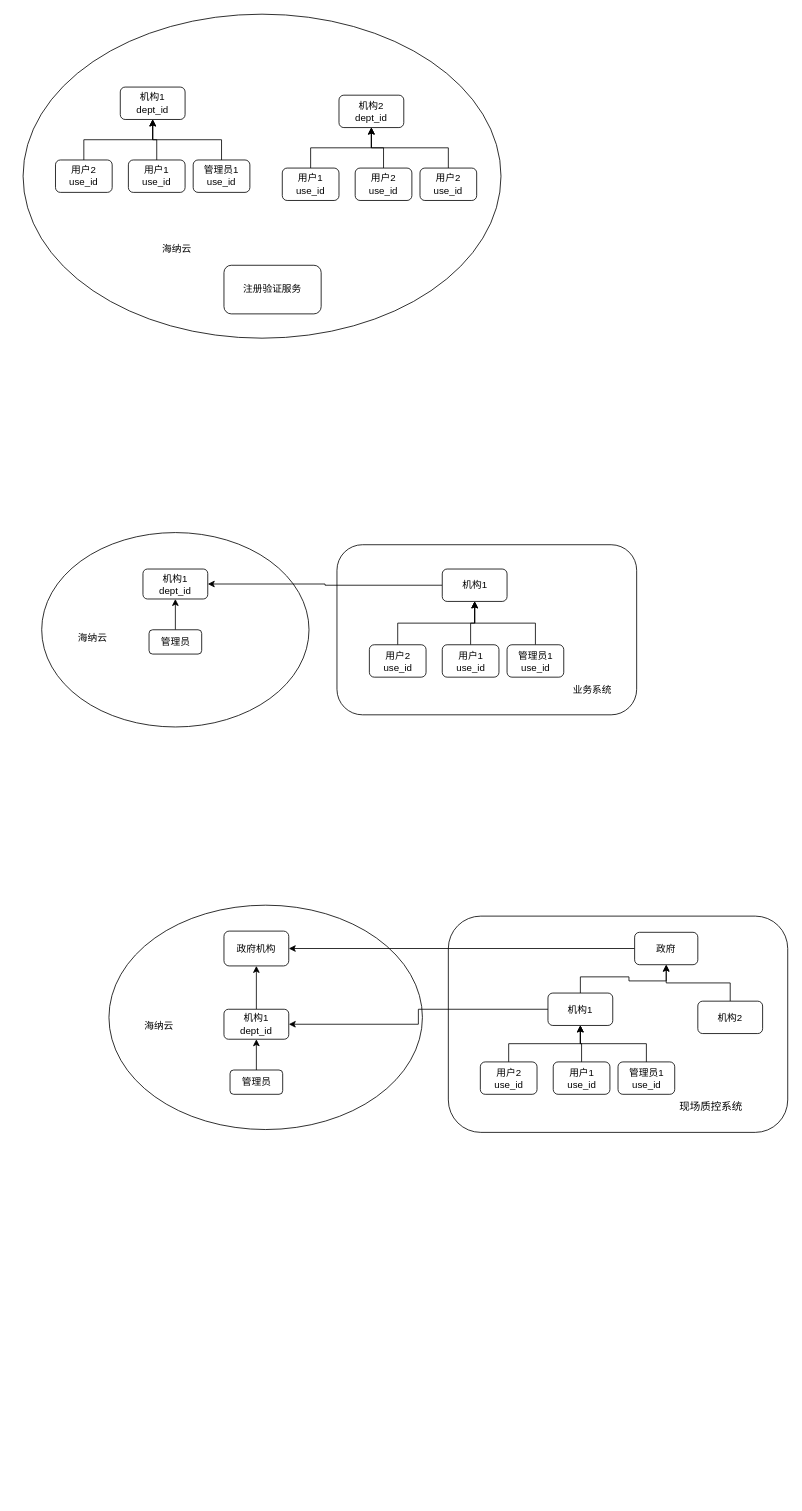
This is security.drawio from lzdong0714/note, a draw.io file, before an edit. Source tidied: cells renumbered, new cells numbered last; positions are measured from the earlier drawing's top-left corner, leaving out a move shared by most shapes. Both pictures are drawn from the tidied source at 81%, with x=0, y=0 at pixel (23, 14).
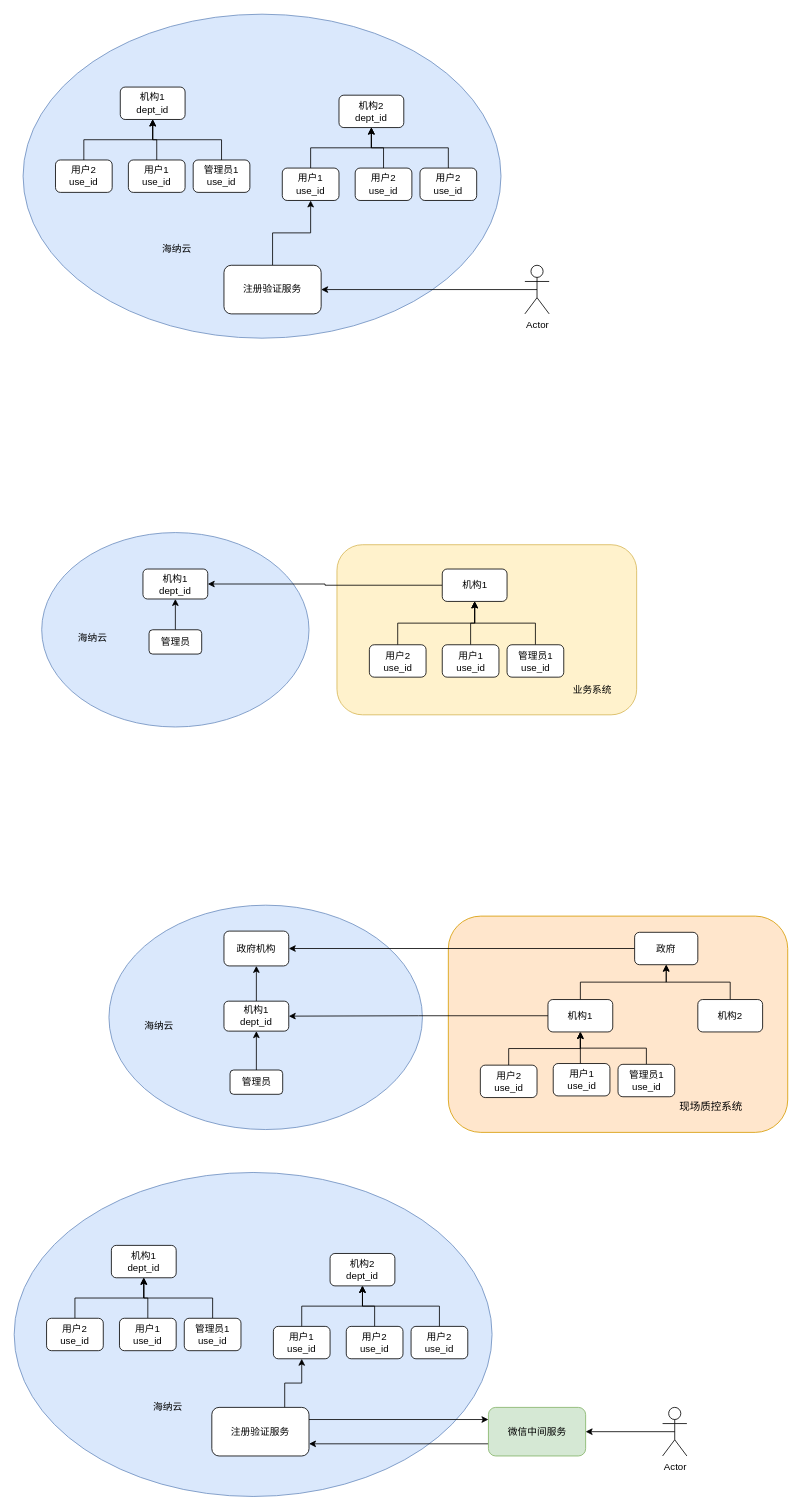
The same page after the edit.

Unchanged cells that the change refers to:
```xml
<mxCell id="13" value="用户1&lt;br&gt;use_id" style="rounded=1;whiteSpace=wrap;html=1;" parent="1" vertex="1">
  <mxGeometry x="320" y="190" width="70" height="40" as="geometry" />
</mxCell>
<mxCell id="55" value="注册验证服务" style="rounded=1;whiteSpace=wrap;html=1;" parent="1" vertex="1">
  <mxGeometry x="248" y="310" width="120" height="60" as="geometry" />
</mxCell>
```

Change to the diagram source:
```diff
@@
-    <mxCell id="2" style="ellipse;whiteSpace=wrap;html=1;" parent="1" vertex="1">
+    <mxCell id="2" style="ellipse;whiteSpace=wrap;html=1;fillColor=#dae8fc;strokeColor=#6c8ebf;" parent="1" vertex="1">
       <mxGeometry width="590" height="400" as="geometry" />
     </mxCell>
-    <mxCell id="3" style="rounded=1;whiteSpace=wrap;html=1;" parent="1" vertex="1">
+    <mxCell id="3" style="rounded=1;whiteSpace=wrap;html=1;fillColor=#fff2cc;strokeColor=#d6b656;" parent="1" vertex="1">
       <mxGeometry x="387.5" y="655" width="370" height="210" as="geometry" />
     </mxCell>
@@
-    <mxCell id="19" style="ellipse;whiteSpace=wrap;html=1;" parent="1" vertex="1">
+    <mxCell id="19" style="ellipse;whiteSpace=wrap;html=1;fillColor=#dae8fc;strokeColor=#6c8ebf;" parent="1" vertex="1">
       <mxGeometry x="23" y="640" width="330" height="240" as="geometry" />
     </mxCell>
@@
-    <mxCell id="33" style="rounded=1;whiteSpace=wrap;html=1;" parent="1" vertex="1">
+    <mxCell id="33" style="rounded=1;whiteSpace=wrap;html=1;fillColor=#ffe6cc;strokeColor=#d79b00;" parent="1" vertex="1">
       <mxGeometry x="525" y="1113.5" width="419" height="267" as="geometry" />
     </mxCell>
-    <mxCell id="34" style="ellipse;whiteSpace=wrap;html=1;" parent="1" vertex="1">
+    <mxCell id="34" style="ellipse;whiteSpace=wrap;html=1;fillColor=#dae8fc;strokeColor=#6c8ebf;" parent="1" vertex="1">
       <mxGeometry x="106" y="1100" width="387" height="277" as="geometry" />
     </mxCell>
@@
     <mxCell id="37" value="机构1&lt;br&gt;dept_id" style="rounded=1;whiteSpace=wrap;html=1;" parent="1" vertex="1">
-      <mxGeometry x="248" y="1228.5" width="80" height="37" as="geometry" />
+      <mxGeometry x="248" y="1218.5" width="80" height="37" as="geometry" />
     </mxCell>
@@
     <mxCell id="42" value="机构1" style="rounded=1;whiteSpace=wrap;html=1;" parent="1" vertex="1">
-      <mxGeometry x="648" y="1208.5" width="80" height="40" as="geometry" />
+      <mxGeometry x="648" y="1216.5" width="80" height="40" as="geometry" />
     </mxCell>
@@
     <mxCell id="44" value="用户2&lt;br&gt;use_id" style="rounded=1;whiteSpace=wrap;html=1;" parent="1" vertex="1">
-      <mxGeometry x="564.5" y="1293.5" width="70" height="40" as="geometry" />
+      <mxGeometry x="564.5" y="1297.5" width="70" height="40" as="geometry" />
     </mxCell>
@@
     <mxCell id="46" value="用户1&lt;br&gt;use_id" style="rounded=1;whiteSpace=wrap;html=1;" parent="1" vertex="1">
-      <mxGeometry x="654.5" y="1293.5" width="70" height="40" as="geometry" />
+      <mxGeometry x="654.5" y="1295.5" width="70" height="40" as="geometry" />
     </mxCell>
@@
     <mxCell id="48" value="管理员1&lt;br&gt;use_id" style="rounded=1;whiteSpace=wrap;html=1;" parent="1" vertex="1">
-      <mxGeometry x="734.5" y="1293.5" width="70" height="40" as="geometry" />
+      <mxGeometry x="734.5" y="1296.5" width="70" height="40" as="geometry" />
     </mxCell>
@@
     <mxCell id="54" value="机构2" style="rounded=1;whiteSpace=wrap;html=1;" parent="1" vertex="1">
-      <mxGeometry x="833" y="1218.5" width="80" height="40" as="geometry" />
+      <mxGeometry x="833" y="1216.5" width="80" height="40" as="geometry" />
     </mxCell>
+    <mxCell id="56" style="edgeStyle=orthogonalEdgeStyle;rounded=0;jettySize=auto;html=1;exitX=0.5;exitY=0;exitDx=0;exitDy=0;entryX=0.5;entryY=1;entryDx=0;entryDy=0;" parent="1" edge="1" source="55" target="13">
+      <mxGeometry relative="1" as="geometry" />
+    </mxCell>
@@
+    <mxCell id="57" style="edgeStyle=orthogonalEdgeStyle;rounded=0;jettySize=auto;html=1;exitX=0.5;exitY=0.5;exitDx=0;exitDy=0;exitPerimeter=0;" parent="1" edge="1" source="58" target="55">
+      <mxGeometry relative="1" as="geometry" />
+    </mxCell>
+    <mxCell id="58" value="Actor" style="shape=umlActor;verticalLabelPosition=bottom;labelBackgroundColor=#ffffff;verticalAlign=top;html=1;outlineConnect=0;" parent="1" vertex="1">
+      <mxGeometry x="619.5" y="310" width="30" height="60" as="geometry" />
+    </mxCell>
+    <mxCell id="59" style="ellipse;whiteSpace=wrap;html=1;fillColor=#dae8fc;strokeColor=#6c8ebf;" parent="1" vertex="1">
+      <mxGeometry x="-11" y="1430" width="590" height="400" as="geometry" />
+    </mxCell>
+    <mxCell id="60" value="机构1&lt;br&gt;dept_id" style="rounded=1;whiteSpace=wrap;html=1;" parent="1" vertex="1">
+      <mxGeometry x="109" y="1520" width="80" height="40" as="geometry" />
+    </mxCell>
+    <mxCell id="61" style="edgeStyle=orthogonalEdgeStyle;rounded=0;jettySize=auto;html=1;exitX=0.5;exitY=0;exitDx=0;exitDy=0;entryX=0.5;entryY=1;entryDx=0;entryDy=0;" parent="1" edge="1" source="62" target="60">
+      <mxGeometry relative="1" as="geometry" />
+    </mxCell>
+    <mxCell id="62" value="用户2&lt;br&gt;use_id" style="rounded=1;whiteSpace=wrap;html=1;" parent="1" vertex="1">
+      <mxGeometry x="29" y="1610" width="70" height="40" as="geometry" />
+    </mxCell>
+    <mxCell id="63" style="edgeStyle=orthogonalEdgeStyle;rounded=0;jettySize=auto;html=1;exitX=0.5;exitY=0;exitDx=0;exitDy=0;entryX=0.5;entryY=1;entryDx=0;entryDy=0;" parent="1" edge="1" source="64" target="60">
+      <mxGeometry relative="1" as="geometry" />
+    </mxCell>
+    <mxCell id="64" value="用户1&lt;br&gt;use_id" style="rounded=1;whiteSpace=wrap;html=1;" parent="1" vertex="1">
+      <mxGeometry x="119" y="1610" width="70" height="40" as="geometry" />
+    </mxCell>
+    <mxCell id="65" style="edgeStyle=orthogonalEdgeStyle;rounded=0;jettySize=auto;html=1;exitX=0.5;exitY=0;exitDx=0;exitDy=0;entryX=0.5;entryY=1;entryDx=0;entryDy=0;" parent="1" edge="1" source="66" target="60">
+      <mxGeometry relative="1" as="geometry" />
+    </mxCell>
+    <mxCell id="66" value="管理员1&lt;br&gt;use_id" style="rounded=1;whiteSpace=wrap;html=1;" parent="1" vertex="1">
+      <mxGeometry x="199" y="1610" width="70" height="40" as="geometry" />
+    </mxCell>
+    <mxCell id="67" value="机构2&lt;br&gt;dept_id" style="rounded=1;whiteSpace=wrap;html=1;" parent="1" vertex="1">
+      <mxGeometry x="379" y="1530" width="80" height="40" as="geometry" />
+    </mxCell>
+    <mxCell id="68" style="edgeStyle=orthogonalEdgeStyle;rounded=0;jettySize=auto;html=1;exitX=0.5;exitY=0;exitDx=0;exitDy=0;entryX=0.5;entryY=1;entryDx=0;entryDy=0;" parent="1" edge="1" source="69" target="67">
+      <mxGeometry relative="1" as="geometry" />
+    </mxCell>
+    <mxCell id="69" value="用户1&lt;br&gt;use_id" style="rounded=1;whiteSpace=wrap;html=1;" parent="1" vertex="1">
+      <mxGeometry x="309" y="1620" width="70" height="40" as="geometry" />
+    </mxCell>
+    <mxCell id="70" style="edgeStyle=orthogonalEdgeStyle;rounded=0;jettySize=auto;html=1;exitX=0.5;exitY=0;exitDx=0;exitDy=0;entryX=0.5;entryY=1;entryDx=0;entryDy=0;" parent="1" edge="1" source="71" target="67">
+      <mxGeometry relative="1" as="geometry" />
+    </mxCell>
+    <mxCell id="71" value="用户2&lt;br&gt;use_id" style="rounded=1;whiteSpace=wrap;html=1;" parent="1" vertex="1">
+      <mxGeometry x="399" y="1620" width="70" height="40" as="geometry" />
+    </mxCell>
+    <mxCell id="72" style="edgeStyle=orthogonalEdgeStyle;rounded=0;jettySize=auto;html=1;exitX=0.5;exitY=0;exitDx=0;exitDy=0;entryX=0.5;entryY=1;entryDx=0;entryDy=0;" parent="1" edge="1" source="73" target="67">
+      <mxGeometry relative="1" as="geometry" />
+    </mxCell>
+    <mxCell id="73" value="用户2&lt;br&gt;use_id" style="rounded=1;whiteSpace=wrap;html=1;" parent="1" vertex="1">
+      <mxGeometry x="479" y="1620" width="70" height="40" as="geometry" />
+    </mxCell>
+    <mxCell id="74" value="海纳云" style="text;html=1;strokeColor=none;fillColor=none;align=center;verticalAlign=middle;whiteSpace=wrap;rounded=0;" parent="1" vertex="1">
+      <mxGeometry x="159" y="1710" width="40" height="20" as="geometry" />
+    </mxCell>
+    <mxCell id="75" style="edgeStyle=orthogonalEdgeStyle;rounded=0;jettySize=auto;html=1;entryX=1;entryY=0.75;entryDx=0;entryDy=0;exitX=0;exitY=0.75;exitDx=0;exitDy=0;" parent="1" edge="1" source="76" target="81">
+      <mxGeometry relative="1" as="geometry" />
+    </mxCell>
+    <mxCell id="76" value="微信中间服务" style="rounded=1;whiteSpace=wrap;html=1;fillColor=#d5e8d4;strokeColor=#82b366;" parent="1" vertex="1">
+      <mxGeometry x="574.5" y="1720" width="120" height="60" as="geometry" />
+    </mxCell>
+    <mxCell id="77" style="edgeStyle=orthogonalEdgeStyle;rounded=0;jettySize=auto;html=1;exitX=0.5;exitY=0.5;exitDx=0;exitDy=0;exitPerimeter=0;" parent="1" edge="1" source="78" target="76">
+      <mxGeometry relative="1" as="geometry" />
+    </mxCell>
+    <mxCell id="78" value="Actor" style="shape=umlActor;verticalLabelPosition=bottom;labelBackgroundColor=#ffffff;verticalAlign=top;html=1;outlineConnect=0;" parent="1" vertex="1">
+      <mxGeometry x="789.5" y="1720" width="30" height="60" as="geometry" />
+    </mxCell>
+    <mxCell id="79" style="edgeStyle=orthogonalEdgeStyle;rounded=0;jettySize=auto;html=1;exitX=0.75;exitY=0;exitDx=0;exitDy=0;entryX=0.5;entryY=1;entryDx=0;entryDy=0;" parent="1" edge="1" source="81" target="69">
+      <mxGeometry relative="1" as="geometry" />
+    </mxCell>
+    <mxCell id="80" style="edgeStyle=orthogonalEdgeStyle;rounded=0;jettySize=auto;html=1;exitX=1;exitY=0.25;exitDx=0;exitDy=0;entryX=0;entryY=0.25;entryDx=0;entryDy=0;" parent="1" edge="1" source="81" target="76">
+      <mxGeometry relative="1" as="geometry" />
+    </mxCell>
+    <mxCell id="81" value="注册验证服务" style="rounded=1;whiteSpace=wrap;html=1;" parent="1" vertex="1">
+      <mxGeometry x="233" y="1720" width="120" height="60" as="geometry" />
+    </mxCell>
```
